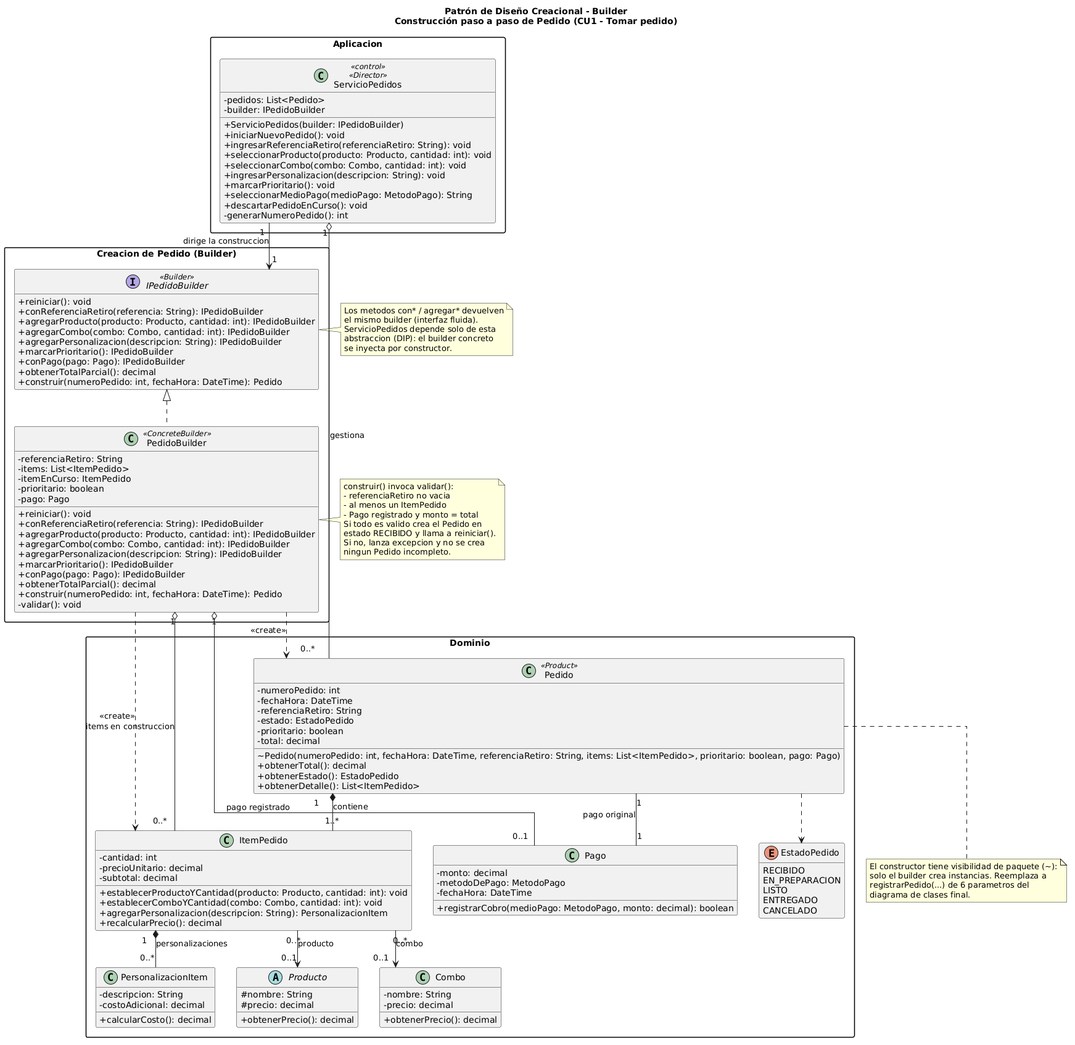
Earlier version of the PlantUML export diagramas/01-diagrama-clases/01-patron-creacional-builder.png (eloeyhe/SistemaPedidos).
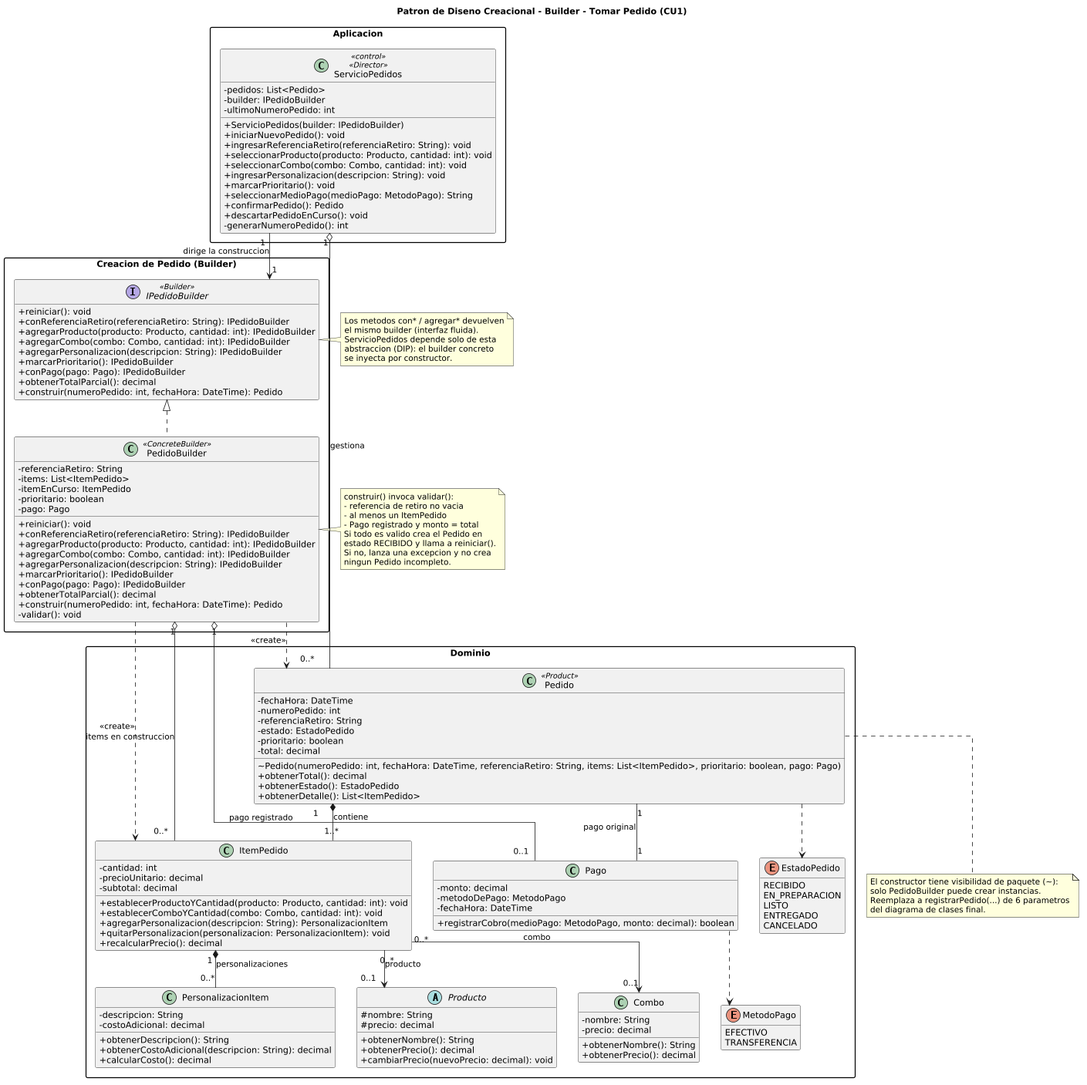
After the commit.

Commit message:
Reviso output de Copilot: corrijo diagrama y anexo Builder y revierto cambios fuera de alcance

Diff of the diagram source:
```diff
@@ -1,5 +1,6 @@
 @startuml
-title Patrón de Diseño Creacional - Builder\nConstrucción paso a paso de Pedido (CU1 - Tomar pedido)
+scale 0.8
+title Patron de Diseno Creacional - Builder - Tomar Pedido (CU1)
 top to bottom direction
 skinparam classAttributeIconSize 0
 skinparam linetype ortho
@@ -10,6 +11,7 @@
   class ServicioPedidos <<control>> <<Director>> {
     - pedidos: List<Pedido>
     - builder: IPedidoBuilder
+    - ultimoNumeroPedido: int
     + ServicioPedidos(builder: IPedidoBuilder)
     + iniciarNuevoPedido(): void
     + ingresarReferenciaRetiro(referenciaRetiro: String): void
@@ -18,6 +20,7 @@
     + ingresarPersonalizacion(descripcion: String): void
     + marcarPrioritario(): void
     + seleccionarMedioPago(medioPago: MetodoPago): String
+    + confirmarPedido(): Pedido
     + descartarPedidoEnCurso(): void
     - generarNumeroPedido(): int
   }
@@ -26,7 +29,7 @@
 package "Creacion de Pedido (Builder)" {
   interface IPedidoBuilder <<Builder>> {
     + reiniciar(): void
-    + conReferenciaRetiro(referencia: String): IPedidoBuilder
+    + conReferenciaRetiro(referenciaRetiro: String): IPedidoBuilder
     + agregarProducto(producto: Producto, cantidad: int): IPedidoBuilder
     + agregarCombo(combo: Combo, cantidad: int): IPedidoBuilder
     + agregarPersonalizacion(descripcion: String): IPedidoBuilder
@@ -43,7 +46,7 @@
     - prioritario: boolean
     - pago: Pago
     + reiniciar(): void
-    + conReferenciaRetiro(referencia: String): IPedidoBuilder
+    + conReferenciaRetiro(referenciaRetiro: String): IPedidoBuilder
     + agregarProducto(producto: Producto, cantidad: int): IPedidoBuilder
     + agregarCombo(combo: Combo, cantidad: int): IPedidoBuilder
     + agregarPersonalizacion(descripcion: String): IPedidoBuilder
@@ -57,8 +60,8 @@
 
 package "Dominio" {
   class Pedido <<Product>> {
+    - fechaHora: DateTime
     - numeroPedido: int
-    - fechaHora: DateTime
     - referenciaRetiro: String
     - estado: EstadoPedido
     - prioritario: boolean
@@ -76,24 +79,30 @@
     + establecerProductoYCantidad(producto: Producto, cantidad: int): void
     + establecerComboYCantidad(combo: Combo, cantidad: int): void
     + agregarPersonalizacion(descripcion: String): PersonalizacionItem
+    + quitarPersonalizacion(personalizacion: PersonalizacionItem): void
     + recalcularPrecio(): decimal
   }
 
   class PersonalizacionItem {
     - descripcion: String
     - costoAdicional: decimal
+    + obtenerDescripcion(): String
+    + obtenerCostoAdicional(descripcion: String): decimal
     + calcularCosto(): decimal
   }
 
   abstract class Producto {
     # nombre: String
     # precio: decimal
+    + obtenerNombre(): String
     + obtenerPrecio(): decimal
+    + cambiarPrecio(nuevoPrecio: decimal): void
   }
 
   class Combo {
     - nombre: String
     - precio: decimal
+    + obtenerNombre(): String
     + obtenerPrecio(): decimal
   }
 
@@ -111,6 +120,11 @@
     ENTREGADO
     CANCELADO
   }
+
+  enum MetodoPago {
+    EFECTIVO
+    TRANSFERENCIA
+  }
 }
 
 IPedidoBuilder <|.. PedidoBuilder
@@ -127,6 +141,7 @@
 ItemPedido "1" *-- "0..*" PersonalizacionItem : personalizaciones
 ItemPedido "0..*" --> "0..1" Producto : producto
 ItemPedido "0..*" --> "0..1" Combo : combo
+Pago ..> MetodoPago
 
 note right of IPedidoBuilder
   Los metodos con* / agregar* devuelven
@@ -138,19 +153,19 @@
 
 note right of PedidoBuilder
   construir() invoca validar():
-  - referenciaRetiro no vacia
+  - referencia de retiro no vacia
   - al menos un ItemPedido
   - Pago registrado y monto = total
   Si todo es valido crea el Pedido en
   estado RECIBIDO y llama a reiniciar().
-  Si no, lanza excepcion y no se crea
+  Si no, lanza una excepcion y no crea
   ningun Pedido incompleto.
 end note
 
 note bottom of Pedido
   El constructor tiene visibilidad de paquete (~):
-  solo el builder crea instancias. Reemplaza a
-  registrarPedido(...) de 6 parametros del
-  diagrama de clases final.
+  solo PedidoBuilder puede crear instancias.
+  Reemplaza a registrarPedido(...) de 6 parametros
+  del diagrama de clases final.
 end note
 @enduml
```
